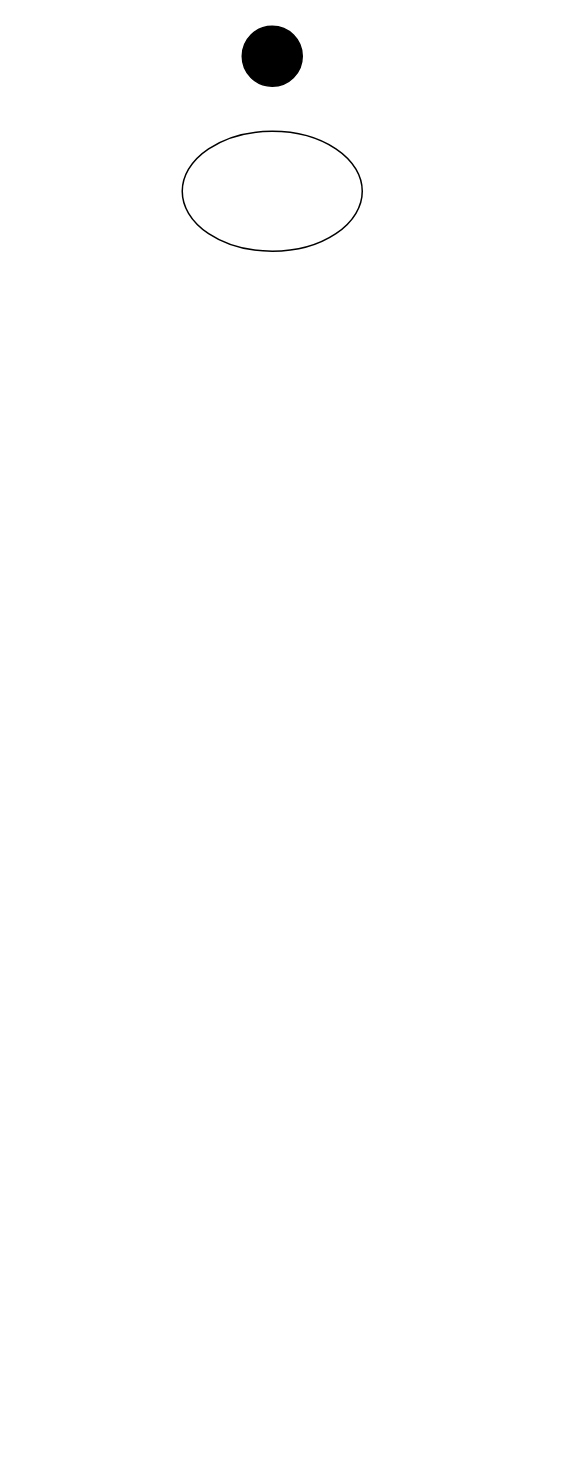
Before: AKMS/Pr_6/PR_6_2.drawio in Idontlikeni/fourth_semestr, a draw.io diagram. Source tidied: cells renumbered, new cells numbered last; positions are measured from the earlier drawing's top-left corner, leaving out a move shared by most shapes. Both pictures are drawn from the tidied source at 150%, with x=0, y=0 at pixel (182, 26).
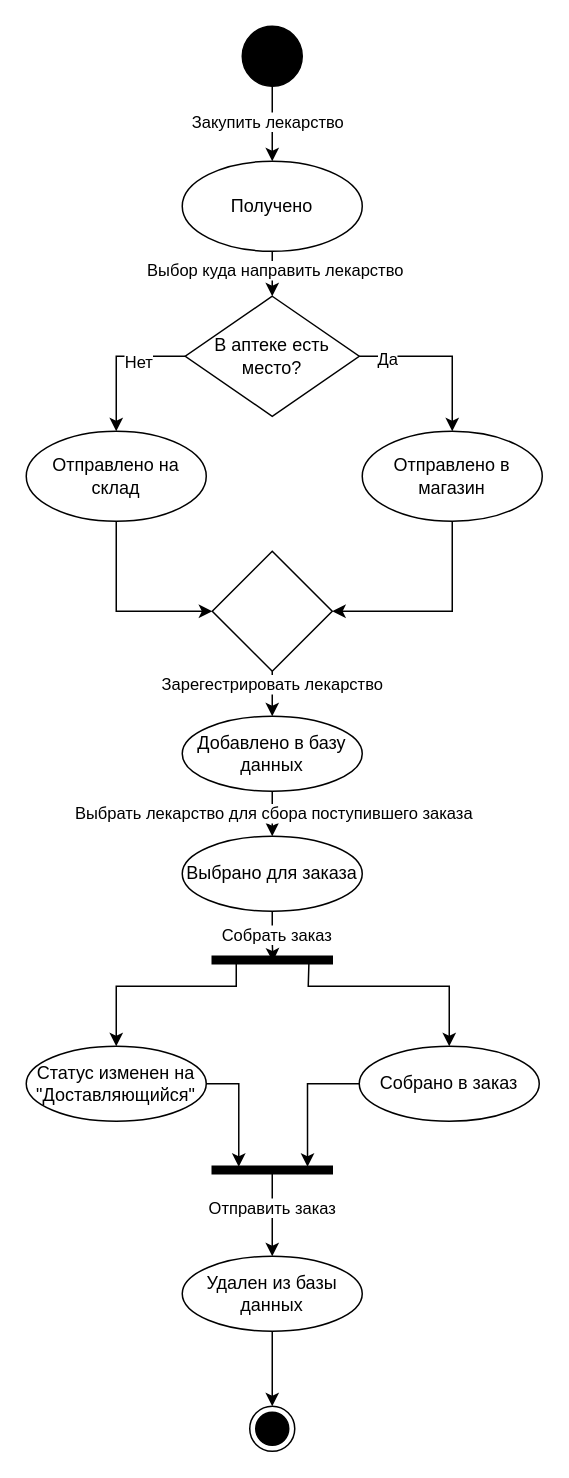
Above is the later version.

Unchanged cells that the change refers to:
```xml
<mxCell id="2" style="ellipse;whiteSpace=wrap;html=1;fillColor=#000000;" parent="1" vertex="1">
  <mxGeometry x="40" width="40" height="40" as="geometry" />
</mxCell>
```

Diff of the diagram source:
```diff
@@
+    <mxCell id="4" style="edgeStyle=orthogonalEdgeStyle;rounded=0;jettySize=auto;html=1;entryX=0.5;entryY=0;entryDx=0;entryDy=0;" parent="1" edge="1" source="2" target="3">
+      <mxGeometry relative="1" as="geometry" />
+    </mxCell>
+    <mxCell id="5" value="Закупить лекарство" style="edgeLabel;html=1;align=center;verticalAlign=middle;" parent="4" vertex="1">
+      <mxGeometry x="-0.5" y="4" relative="1" as="geometry">
+        <mxPoint x="-8" y="10" as="offset" />
+      </mxGeometry>
+    </mxCell>
@@
+    <mxCell id="6" style="edgeStyle=orthogonalEdgeStyle;rounded=0;jettySize=auto;html=1;" parent="1" edge="1" source="3" target="12">
+      <mxGeometry relative="1" as="geometry" />
+    </mxCell>
+    <mxCell id="7" value="Выбор куда направить лекарство" style="edgeLabel;html=1;align=center;verticalAlign=middle;" parent="6" vertex="1">
+      <mxGeometry x="0.12" y="-1" relative="1" as="geometry" />
+    </mxCell>
-    <mxCell id="3" style="ellipse;whiteSpace=wrap;html=1;" parent="1" vertex="1">
-      <mxGeometry y="70" width="120" height="80" as="geometry" />
+    <mxCell id="3" value="Получено" style="ellipse;whiteSpace=wrap;html=1;" parent="1" vertex="1">
+      <mxGeometry y="90" width="120" height="60" as="geometry" />
     </mxCell>
+    <mxCell id="8" style="edgeStyle=orthogonalEdgeStyle;rounded=0;jettySize=auto;html=1;" parent="1" edge="1" source="12" target="14">
+      <mxGeometry relative="1" as="geometry">
+        <Array as="points">
+          <mxPoint x="-44" y="220" />
+        </Array>
+      </mxGeometry>
+    </mxCell>
+    <mxCell id="9" value="Нет" style="edgeLabel;html=1;align=center;verticalAlign=middle;" parent="8" vertex="1">
+      <mxGeometry x="-0.33" y="3" relative="1" as="geometry" />
+    </mxCell>
+    <mxCell id="10" style="edgeStyle=orthogonalEdgeStyle;rounded=0;jettySize=auto;html=1;entryX=0.5;entryY=0;entryDx=0;entryDy=0;" parent="1" edge="1" source="12" target="16">
+      <mxGeometry relative="1" as="geometry" />
+    </mxCell>
+    <mxCell id="11" value="Да" style="edgeLabel;html=1;align=center;verticalAlign=middle;" parent="10" vertex="1">
+      <mxGeometry x="-0.68" y="-1" relative="1" as="geometry" />
+    </mxCell>
+    <mxCell id="12" value="В аптеке есть место?" style="rhombus;whiteSpace=wrap;html=1;" parent="1" vertex="1">
+      <mxGeometry x="2" y="180" width="116" height="80" as="geometry" />
+    </mxCell>
+    <mxCell id="13" style="edgeStyle=orthogonalEdgeStyle;rounded=0;jettySize=auto;html=1;entryX=0;entryY=0.5;entryDx=0;entryDy=0;" parent="1" edge="1" source="14" target="19">
+      <mxGeometry relative="1" as="geometry">
+        <Array as="points">
+          <mxPoint x="-44" y="390" />
+        </Array>
+      </mxGeometry>
+    </mxCell>
+    <mxCell id="14" value="Отправлено на склад" style="ellipse;whiteSpace=wrap;html=1;" parent="1" vertex="1">
+      <mxGeometry x="-104" y="270" width="120" height="60" as="geometry" />
+    </mxCell>
+    <mxCell id="15" style="edgeStyle=orthogonalEdgeStyle;rounded=0;jettySize=auto;html=1;" parent="1" edge="1" source="16" target="19">
+      <mxGeometry relative="1" as="geometry">
+        <Array as="points">
+          <mxPoint x="180" y="390" />
+        </Array>
+      </mxGeometry>
+    </mxCell>
+    <mxCell id="16" value="Отправлено в магазин" style="ellipse;whiteSpace=wrap;html=1;" parent="1" vertex="1">
+      <mxGeometry x="120" y="270" width="120" height="60" as="geometry" />
+    </mxCell>
+    <mxCell id="17" style="edgeStyle=orthogonalEdgeStyle;rounded=0;jettySize=auto;html=1;" parent="1" edge="1" source="19" target="22">
+      <mxGeometry relative="1" as="geometry" />
+    </mxCell>
+    <mxCell id="18" value="Зарегестрировать лекарство" style="edgeLabel;html=1;align=center;verticalAlign=middle;" parent="17" vertex="1">
+      <mxGeometry x="-0.69" y="-1" relative="1" as="geometry" />
+    </mxCell>
+    <mxCell id="19" style="rhombus;whiteSpace=wrap;html=1;" parent="1" vertex="1">
+      <mxGeometry x="20" y="350" width="80" height="80" as="geometry" />
+    </mxCell>
+    <mxCell id="20" style="edgeStyle=orthogonalEdgeStyle;rounded=0;jettySize=auto;html=1;" parent="1" edge="1" source="22" target="23">
+      <mxGeometry relative="1" as="geometry" />
+    </mxCell>
+    <mxCell id="21" value="Выбрать лекарство для сбора поступившего заказа" style="edgeLabel;html=1;align=center;verticalAlign=middle;" parent="20" vertex="1">
+      <mxGeometry x="0.05" relative="1" as="geometry" />
+    </mxCell>
+    <mxCell id="22" value="Добавлено в базу данных" style="ellipse;whiteSpace=wrap;html=1;" parent="1" vertex="1">
+      <mxGeometry y="460" width="120" height="50" as="geometry" />
+    </mxCell>
+    <mxCell id="23" value="Выбрано для заказа" style="ellipse;whiteSpace=wrap;html=1;" parent="1" vertex="1">
+      <mxGeometry y="540" width="120" height="50" as="geometry" />
+    </mxCell>
+    <mxCell id="24" style="edgeStyle=orthogonalEdgeStyle;rounded=0;jettySize=auto;html=1;exitX=0.657;exitY=0.184;exitDx=0;exitDy=0;exitPerimeter=0;" parent="1" edge="1" source="26" target="31">
+      <mxGeometry relative="1" as="geometry">
+        <Array as="points">
+          <mxPoint x="36" y="622" />
+          <mxPoint x="36" y="640" />
+          <mxPoint x="-44" y="640" />
+        </Array>
+      </mxGeometry>
+    </mxCell>
+    <mxCell id="25" style="edgeStyle=orthogonalEdgeStyle;rounded=0;jettySize=auto;html=1;exitX=0.086;exitY=0.805;exitDx=0;exitDy=0;exitPerimeter=0;" parent="1" edge="1" source="26" target="32">
+      <mxGeometry relative="1" as="geometry">
+        <Array as="points">
+          <mxPoint x="84" y="626" />
+          <mxPoint x="84" y="640" />
+          <mxPoint x="178" y="640" />
+        </Array>
+      </mxGeometry>
+    </mxCell>
+    <mxCell id="26" style="html=1;points=[];perimeter=orthogonalPerimeter;fillColor=strokeColor;direction=north;" parent="1" vertex="1">
+      <mxGeometry x="20" y="620" width="80" height="5" as="geometry" />
+    </mxCell>
+    <mxCell id="27" style="edgeStyle=orthogonalEdgeStyle;rounded=0;jettySize=auto;html=1;entryX=0.3;entryY=0.506;entryDx=0;entryDy=0;entryPerimeter=0;" parent="1" edge="1" source="23" target="26">
+      <mxGeometry relative="1" as="geometry" />
+    </mxCell>
+    <mxCell id="28" value="Собрать заказ" style="edgeLabel;html=1;align=center;verticalAlign=middle;" parent="27" vertex="1">
+      <mxGeometry x="-0.1" y="2" relative="1" as="geometry" />
+    </mxCell>
+    <mxCell id="29" style="edgeStyle=orthogonalEdgeStyle;rounded=0;jettySize=auto;html=1;" parent="1" edge="1" source="30" target="39">
+      <mxGeometry relative="1" as="geometry" />
+    </mxCell>
+    <mxCell id="30" value="Удален из базы данных" style="ellipse;whiteSpace=wrap;html=1;" parent="1" vertex="1">
+      <mxGeometry y="820" width="120" height="50" as="geometry" />
+    </mxCell>
+    <mxCell id="31" value="Статус изменен на &quot;Доставляющийся&quot;" style="ellipse;whiteSpace=wrap;html=1;" parent="1" vertex="1">
+      <mxGeometry x="-104" y="680" width="120" height="50" as="geometry" />
+    </mxCell>
+    <mxCell id="32" value="Собрано в заказ" style="ellipse;whiteSpace=wrap;html=1;" parent="1" vertex="1">
+      <mxGeometry x="118" y="680" width="120" height="50" as="geometry" />
+    </mxCell>
+    <mxCell id="33" style="edgeStyle=orthogonalEdgeStyle;rounded=0;orthogonalLoop=1;jettySize=auto;html=1;exitX=0.5;exitY=1;exitDx=0;exitDy=0;" parent="1" edge="1" source="31" target="31">
+      <mxGeometry relative="1" as="geometry" />
+    </mxCell>
+    <mxCell id="34" style="edgeStyle=orthogonalEdgeStyle;rounded=0;jettySize=auto;html=1;entryX=0.5;entryY=0;entryDx=0;entryDy=0;" parent="1" edge="1" source="36" target="30">
+      <mxGeometry relative="1" as="geometry" />
+    </mxCell>
+    <mxCell id="35" value="Отправить заказ" style="edgeLabel;html=1;align=center;verticalAlign=middle;" parent="34" vertex="1">
+      <mxGeometry x="-0.2" y="-1" relative="1" as="geometry" />
+    </mxCell>
+    <mxCell id="36" style="html=1;points=[];perimeter=orthogonalPerimeter;fillColor=strokeColor;direction=north;" parent="1" vertex="1">
+      <mxGeometry x="20" y="760" width="80" height="5" as="geometry" />
+    </mxCell>
+    <mxCell id="37" style="edgeStyle=orthogonalEdgeStyle;rounded=0;jettySize=auto;html=1;entryX=0.933;entryY=0.221;entryDx=0;entryDy=0;entryPerimeter=0;" parent="1" edge="1" source="31" target="36">
+      <mxGeometry relative="1" as="geometry" />
+    </mxCell>
+    <mxCell id="38" style="edgeStyle=orthogonalEdgeStyle;rounded=0;jettySize=auto;html=1;entryX=0.933;entryY=0.794;entryDx=0;entryDy=0;entryPerimeter=0;" parent="1" edge="1" source="32" target="36">
+      <mxGeometry relative="1" as="geometry" />
+    </mxCell>
+    <mxCell id="39" style="ellipse;html=1;shape=endState;fillColor=strokeColor;" parent="1" vertex="1">
+      <mxGeometry x="45" y="920" width="30" height="30" as="geometry" />
+    </mxCell>
```
